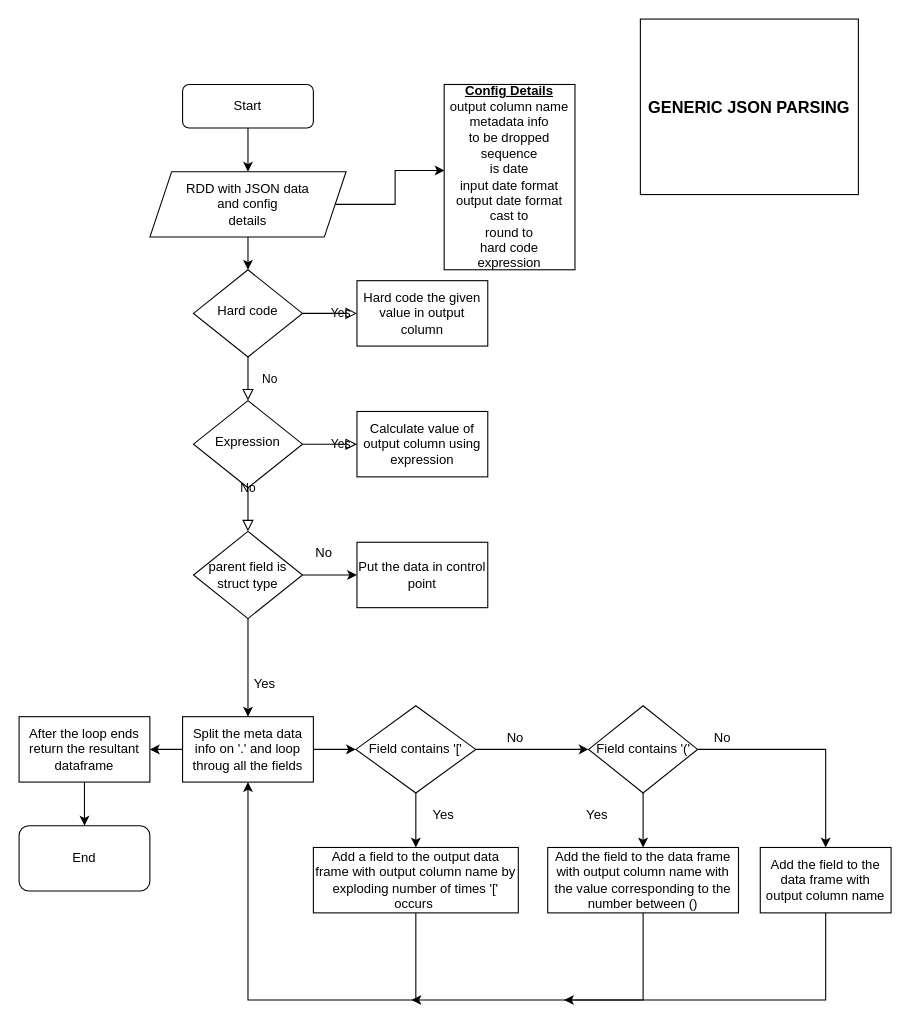
Earlier version of the draw.io diagram page "parsing" (1 of 2) of JSONParsing.drawio (praneethsai83/GenericProcessing). Source tidied: cells renumbered, new cells numbered last; positions are measured from the earlier drawing's top-left corner, leaving out a move shared by most shapes. Both pictures are drawn from the tidied source at 109%, with x=0, y=0 at pixel (19, 19).
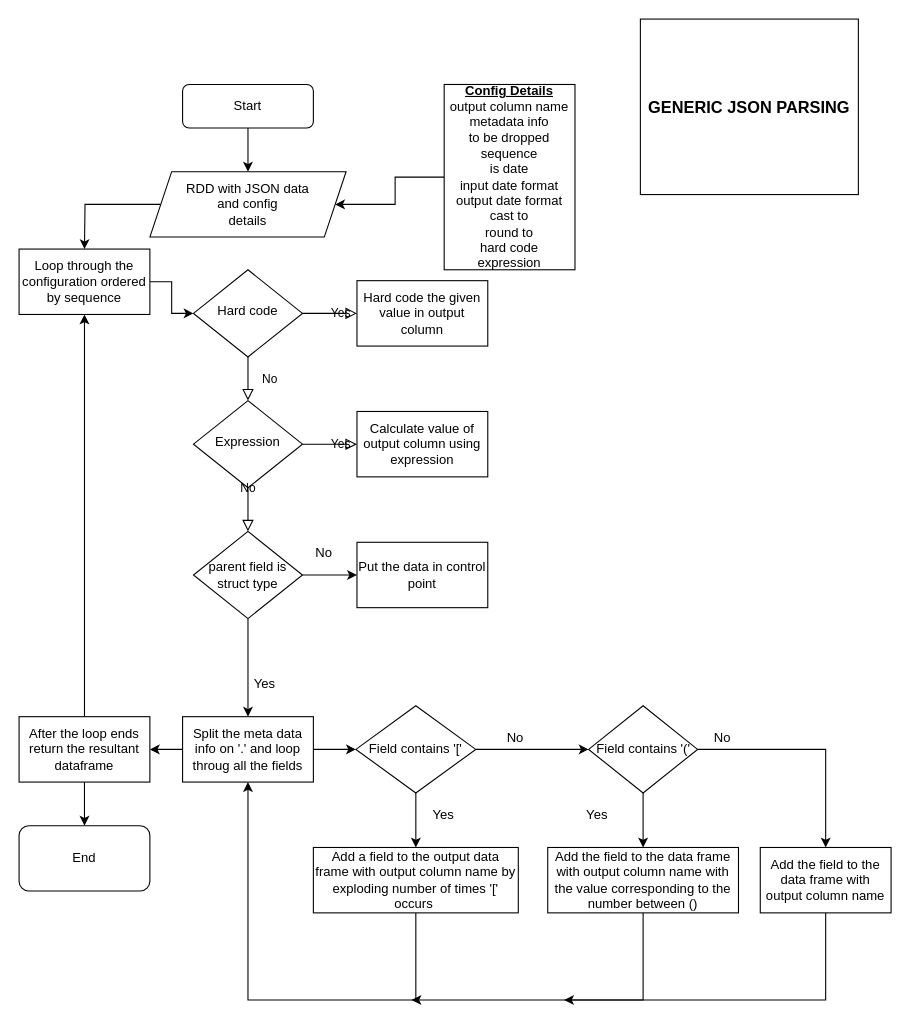
The same diagram, later.

Unchanged cells that the change refers to:
```xml
<mxCell id="6" value="Hard code" style="rhombus;whiteSpace=wrap;html=1;shadow=0;fontFamily=Helvetica;fontSize=12;align=center;strokeWidth=1;spacing=6;spacingTop=-4;" parent="1" vertex="1">
  <mxGeometry x="160" y="230" width="100" height="80" as="geometry" />
</mxCell>
<mxCell id="11" value="RDD with JSON data &lt;br&gt;and config&lt;br&gt;details" style="shape=parallelogram;perimeter=parallelogramPerimeter;whiteSpace=wrap;html=1;fixedSize=1;" parent="1" vertex="1">
  <mxGeometry x="120" y="140" width="180" height="60" as="geometry" />
</mxCell>
<mxCell id="12" value="&lt;b&gt;&lt;u&gt;Config Details&lt;/u&gt;&lt;/b&gt;&lt;br&gt;output column name&lt;br&gt;metadata info&lt;br&gt;to be dropped&lt;br&gt;sequence&lt;br&gt;is date&lt;br&gt;input date format&lt;br&gt;output date format&lt;br&gt;cast to&lt;br&gt;round to&lt;br&gt;hard code&lt;br&gt;expression" style="whiteSpace=wrap;html=1;" parent="1" vertex="1">
  <mxGeometry x="390" y="60" width="120" height="170" as="geometry" />
</mxCell>
<mxCell id="42" value="After the loop ends return the resultant dataframe" style="whiteSpace=wrap;html=1;" parent="1" vertex="1">
  <mxGeometry y="640" width="120" height="60" as="geometry" />
</mxCell>
```

Change to the diagram source:
```diff
@@
-    <mxCell id="9" style="edgeStyle=orthogonalEdgeStyle;rounded=0;jettySize=auto;html=1;" parent="1" edge="1" source="11" target="6">
-      <mxGeometry relative="1" as="geometry" />
-    </mxCell>
-    <mxCell id="10" style="edgeStyle=orthogonalEdgeStyle;rounded=0;jettySize=auto;html=1;entryX=0.003;entryY=0.464;entryDx=0;entryDy=0;entryPerimeter=0;" parent="1" edge="1" source="11" target="12">
-      <mxGeometry relative="1" as="geometry" />
-    </mxCell>
+    <mxCell id="45" style="edgeStyle=orthogonalEdgeStyle;rounded=0;jettySize=auto;html=1;" parent="1" edge="1" source="11">
+      <mxGeometry relative="1" as="geometry">
+        <mxPoint x="60" y="211" as="targetPoint" />
+      </mxGeometry>
+    </mxCell>
@@
+    <mxCell id="46" style="edgeStyle=orthogonalEdgeStyle;rounded=0;jettySize=auto;html=1;" parent="1" edge="1" source="12" target="11">
+      <mxGeometry relative="1" as="geometry" />
+    </mxCell>
@@
+    <mxCell id="47" style="edgeStyle=orthogonalEdgeStyle;rounded=0;jettySize=auto;html=1;entryX=0.5;entryY=1;entryDx=0;entryDy=0;" parent="1" edge="1" source="42" target="49">
+      <mxGeometry relative="1" as="geometry" />
+    </mxCell>
@@
+    <mxCell id="48" style="edgeStyle=orthogonalEdgeStyle;rounded=0;jettySize=auto;html=1;" parent="1" edge="1" source="49" target="6">
+      <mxGeometry relative="1" as="geometry" />
+    </mxCell>
+    <mxCell id="49" value="Loop through the configuration ordered by sequence" style="whiteSpace=wrap;html=1;" parent="1" vertex="1">
+      <mxGeometry y="211" width="120" height="60" as="geometry" />
+    </mxCell>
```
